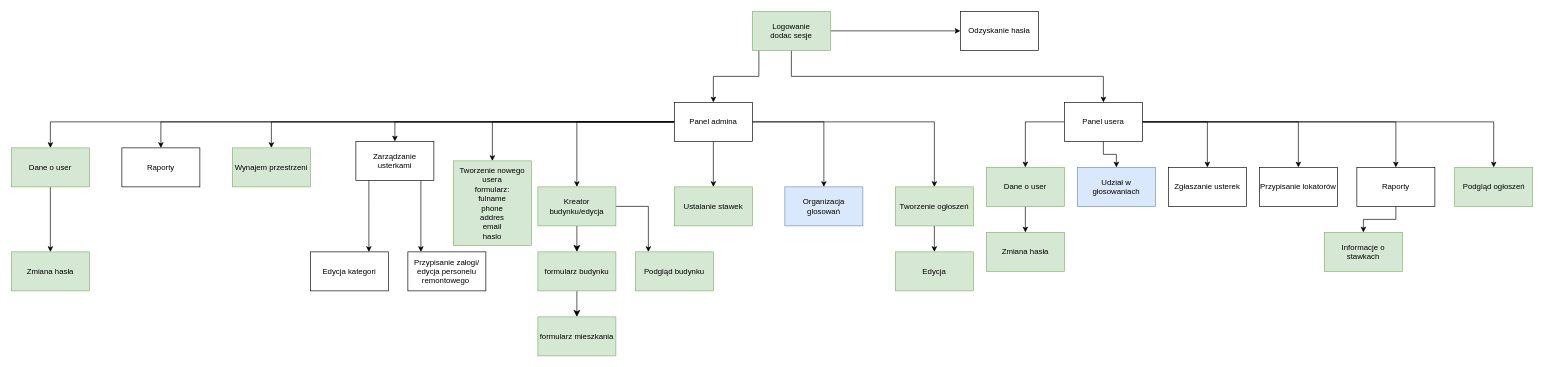
Mati-IR/my-neighborhood keeps this draw.io diagram as doc/site_flow.drawio. Above is the earlier version. Source tidied: cells renumbered, new cells numbered last; positions are measured from the earlier drawing's top-left corner, leaving out a move shared by most shapes. Both pictures are drawn from the tidied source at 65%, with x=0, y=0 at pixel (11, 11).
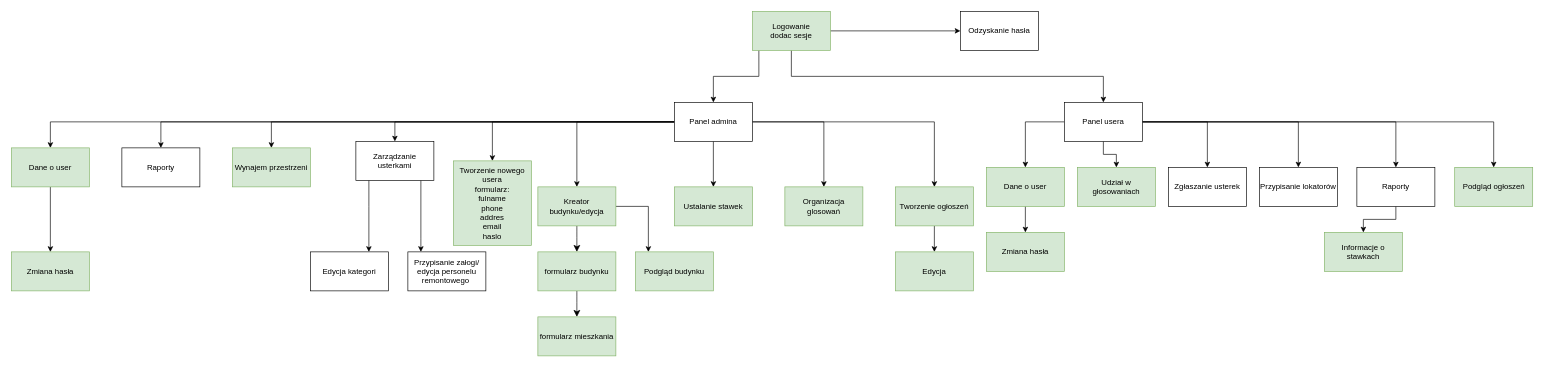
The same page after the edit.

Commit message (it also covers changes not shown here):
part of incident system

The edit, as a diff of the source:
```diff
@@
-    <mxCell id="30" value="Organizacja glosowań" style="rounded=0;whiteSpace=wrap;html=1;fillColor=#dae8fc;strokeColor=#6c8ebf;" parent="1" vertex="1">
+    <mxCell id="30" value="Organizacja glosowań" style="rounded=0;whiteSpace=wrap;html=1;fillColor=#d5e8d4;strokeColor=#82b366;" parent="1" vertex="1">
       <mxGeometry x="1190" y="270" width="120" height="60" as="geometry" />
     </mxCell>
@@
-    <mxCell id="41" value="Udział w głosowaniach" style="rounded=0;whiteSpace=wrap;html=1;fillColor=#dae8fc;strokeColor=#6c8ebf;" parent="1" vertex="1">
+    <mxCell id="41" value="Udział w głosowaniach" style="rounded=0;whiteSpace=wrap;html=1;fillColor=#d5e8d4;strokeColor=#82b366;" parent="1" vertex="1">
       <mxGeometry x="1640" y="240" width="120" height="60" as="geometry" />
     </mxCell>
```
